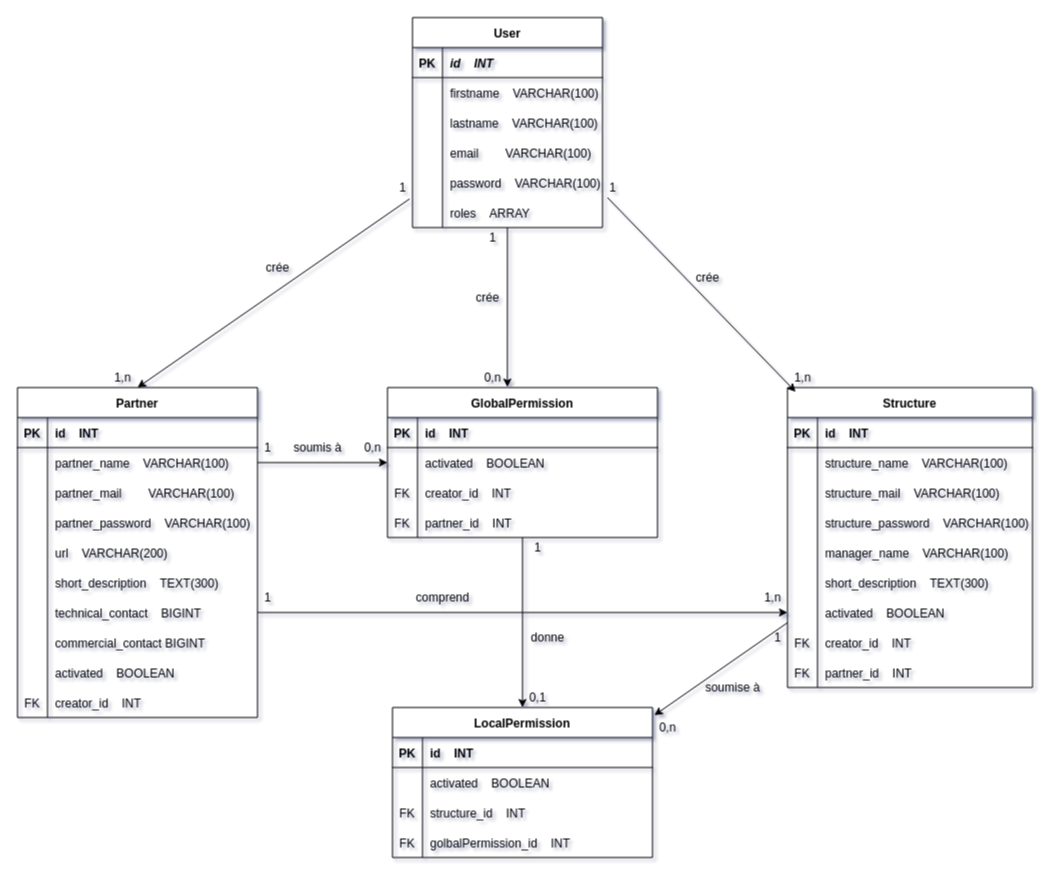
The draw.io diagram diagrams and models/class diagram/classDiagram.drawio in kilik18/ECF, before the edit. Source tidied: cells renumbered, new cells numbered last; positions are measured from the earlier drawing's top-left corner, leaving out a move shared by most shapes. Both pictures are drawn from the tidied source at 100%, with x=0, y=0 at pixel (17, 17).
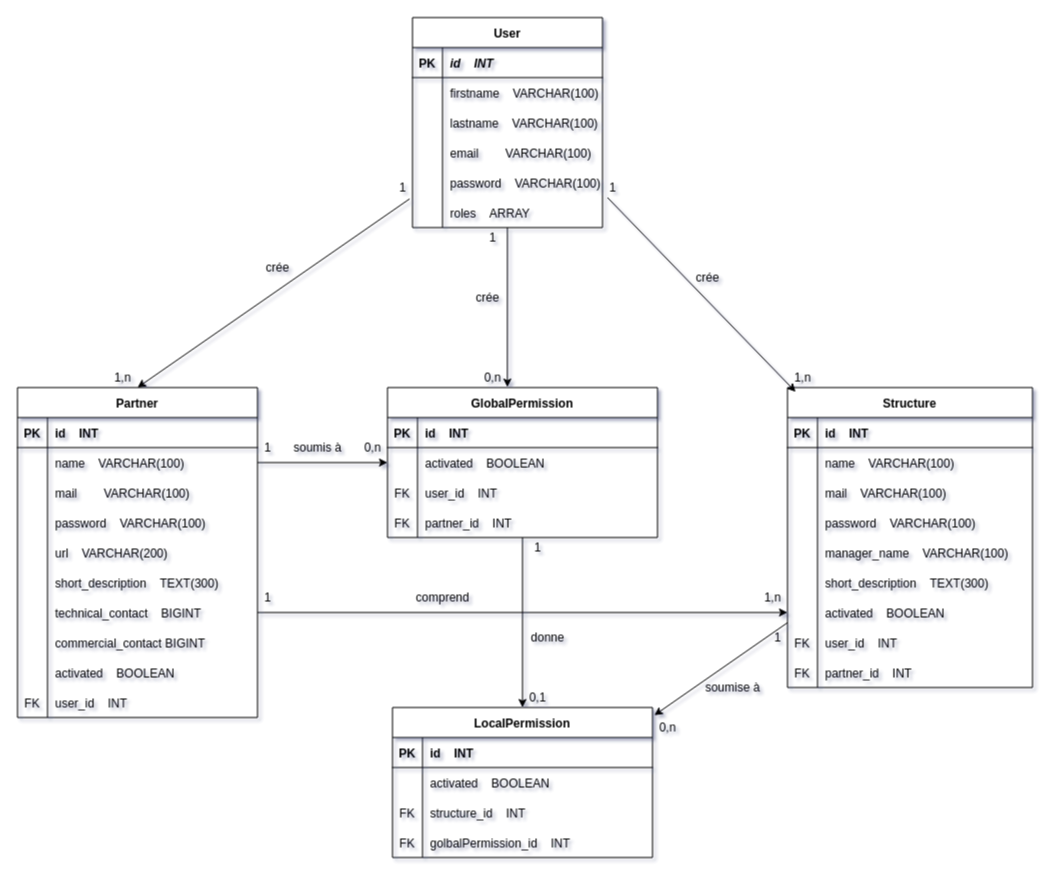
The same page after the edit.

The change refers to these unchanged cells:
```xml
<mxCell id="28" style="shape=partialRectangle;fillColor=none;top=0;left=0;bottom=0;right=0;" parent="24" vertex="1">
  <mxGeometry y="60" width="245" height="30" as="geometry" />
</mxCell>
<mxCell id="31" style="shape=partialRectangle;fillColor=none;top=0;left=0;bottom=0;right=0;" parent="24" vertex="1">
  <mxGeometry y="90" width="245" height="30" as="geometry" />
</mxCell>
<mxCell id="34" style="shape=partialRectangle;fillColor=none;top=0;left=0;bottom=0;right=0;" parent="24" vertex="1">
  <mxGeometry y="120" width="245" height="30" as="geometry" />
</mxCell>
<mxCell id="46" style="shape=partialRectangle;fillColor=none;top=0;left=0;bottom=0;right=0;" parent="24" vertex="1">
  <mxGeometry y="240" width="245" height="30" as="geometry" />
</mxCell>
<mxCell id="56" style="shape=partialRectangle;fillColor=none;top=0;left=0;bottom=0;right=0;points=[[0,0.5],[1,0.5]];portConstraint=eastwest;" parent="52" vertex="1">
  <mxGeometry y="60" width="240" height="30" as="geometry" />
</mxCell>
<mxCell id="59" style="shape=partialRectangle;fillColor=none;top=0;left=0;bottom=0;right=0;" parent="52" vertex="1">
  <mxGeometry y="90" width="240" height="30" as="geometry" />
</mxCell>
<mxCell id="62" style="shape=partialRectangle;fillColor=none;top=0;left=0;bottom=0;right=0;" parent="52" vertex="1">
  <mxGeometry y="120" width="240" height="30" as="geometry" />
</mxCell>
<mxCell id="80" style="shape=partialRectangle;fillColor=none;top=0;left=0;bottom=0;right=0;" parent="52" vertex="1">
  <mxGeometry y="300" width="240" height="30" as="geometry" />
</mxCell>
<mxCell id="91" style="shape=partialRectangle;fillColor=none;top=0;left=0;bottom=0;right=0;" parent="84" vertex="1">
  <mxGeometry y="90" width="270" height="30" as="geometry" />
</mxCell>
```

Change to the diagram source:
```diff
@@
-    <mxCell id="30" value="structure_name    VARCHAR(100)" style="shape=partialRectangle;fillColor=none;top=0;left=0;bottom=0;right=0;align=left;spacingLeft=6;overflow=hidden;" parent="28" vertex="1">
+    <mxCell id="30" value="name    VARCHAR(100)" style="shape=partialRectangle;fillColor=none;top=0;left=0;bottom=0;right=0;align=left;spacingLeft=6;overflow=hidden;" parent="28" vertex="1">
       <mxGeometry x="30" width="215" height="30" as="geometry" />
     </mxCell>
@@
-    <mxCell id="33" value="structure_mail    VARCHAR(100)" style="shape=partialRectangle;fillColor=none;top=0;left=0;bottom=0;right=0;align=left;spacingLeft=6;overflow=hidden;" parent="31" vertex="1">
+    <mxCell id="33" value="mail    VARCHAR(100)" style="shape=partialRectangle;fillColor=none;top=0;left=0;bottom=0;right=0;align=left;spacingLeft=6;overflow=hidden;" parent="31" vertex="1">
       <mxGeometry x="30" width="215" height="30" as="geometry" />
     </mxCell>
@@
-    <mxCell id="36" value="structure_password    VARCHAR(100)" style="shape=partialRectangle;fillColor=none;top=0;left=0;bottom=0;right=0;align=left;spacingLeft=6;overflow=hidden;" parent="34" vertex="1">
+    <mxCell id="36" value="password    VARCHAR(100)" style="shape=partialRectangle;fillColor=none;top=0;left=0;bottom=0;right=0;align=left;spacingLeft=6;overflow=hidden;" parent="34" vertex="1">
       <mxGeometry x="30" width="215" height="30" as="geometry" />
     </mxCell>
@@
-    <mxCell id="48" value="creator_id    INT" style="shape=partialRectangle;fillColor=none;top=0;left=0;bottom=0;right=0;align=left;spacingLeft=6;overflow=hidden;" parent="46" vertex="1">
+    <mxCell id="48" value="user_id    INT" style="shape=partialRectangle;fillColor=none;top=0;left=0;bottom=0;right=0;align=left;spacingLeft=6;overflow=hidden;" parent="46" vertex="1">
       <mxGeometry x="30" width="215" height="30" as="geometry" />
     </mxCell>
@@
-    <mxCell id="58" value="partner_name    VARCHAR(100)" style="shape=partialRectangle;fillColor=none;top=0;left=0;bottom=0;right=0;align=left;spacingLeft=6;overflow=hidden;" parent="56" vertex="1">
+    <mxCell id="58" value="name    VARCHAR(100)" style="shape=partialRectangle;fillColor=none;top=0;left=0;bottom=0;right=0;align=left;spacingLeft=6;overflow=hidden;" parent="56" vertex="1">
       <mxGeometry x="30" width="210" height="30" as="geometry" />
     </mxCell>
@@
-    <mxCell id="61" value="partner_mail        VARCHAR(100)" style="shape=partialRectangle;fillColor=none;top=0;left=0;bottom=0;right=0;align=left;spacingLeft=6;overflow=hidden;" parent="59" vertex="1">
+    <mxCell id="61" value="mail        VARCHAR(100)" style="shape=partialRectangle;fillColor=none;top=0;left=0;bottom=0;right=0;align=left;spacingLeft=6;overflow=hidden;" parent="59" vertex="1">
       <mxGeometry x="30" width="210" height="30" as="geometry" />
     </mxCell>
@@
-    <mxCell id="64" value="partner_password    VARCHAR(100)" style="shape=partialRectangle;fillColor=none;top=0;left=0;bottom=0;right=0;align=left;spacingLeft=6;overflow=hidden;" parent="62" vertex="1">
+    <mxCell id="64" value="password    VARCHAR(100)" style="shape=partialRectangle;fillColor=none;top=0;left=0;bottom=0;right=0;align=left;spacingLeft=6;overflow=hidden;" parent="62" vertex="1">
       <mxGeometry x="30" width="210" height="30" as="geometry" />
     </mxCell>
@@
-    <mxCell id="82" value="creator_id    INT" style="shape=partialRectangle;fillColor=none;top=0;left=0;bottom=0;right=0;align=left;spacingLeft=6;overflow=hidden;" parent="80" vertex="1">
+    <mxCell id="82" value="user_id    INT" style="shape=partialRectangle;fillColor=none;top=0;left=0;bottom=0;right=0;align=left;spacingLeft=6;overflow=hidden;" parent="80" vertex="1">
       <mxGeometry x="30" width="210" height="30" as="geometry" />
     </mxCell>
@@
-    <mxCell id="93" value="creator_id    INT" style="shape=partialRectangle;fillColor=none;top=0;left=0;bottom=0;right=0;align=left;spacingLeft=6;overflow=hidden;" parent="91" vertex="1">
+    <mxCell id="93" value="user_id    INT" style="shape=partialRectangle;fillColor=none;top=0;left=0;bottom=0;right=0;align=left;spacingLeft=6;overflow=hidden;" parent="91" vertex="1">
       <mxGeometry x="30" width="240" height="30" as="geometry" />
     </mxCell>
```
